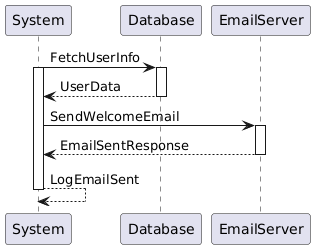
jadwalapp/symmetrical-spoon keeps this PlantUML diagram as docs/diagrams/out/docs/diagrams/sequence-diagrams/all-sequence-diagrams/Send Welcome Email.png. Above is the earlier version. Its diagram source:
```plantuml
@startuml
System -> Database ++ : FetchUserInfo
activate System

Database --> System -- : UserData

System -> EmailServer ++ : SendWelcomeEmail
EmailServer --> System -- : EmailSentResponse

System --> System : LogEmailSent
deactivate System
@enduml
```
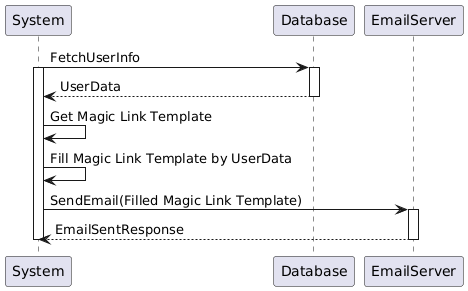
Above is the later version.

Diff of the diagram source:
```diff
@@ -4,9 +4,11 @@
 
 Database --> System -- : UserData
 
-System -> EmailServer ++ : SendWelcomeEmail
+System -> System : Get Magic Link Template
+System -> System : Fill Magic Link Template by UserData
+
+System -> EmailServer ++ : SendEmail(Filled Magic Link Template)
 EmailServer --> System -- : EmailSentResponse
 
-System --> System : LogEmailSent
 deactivate System
 @enduml
```
